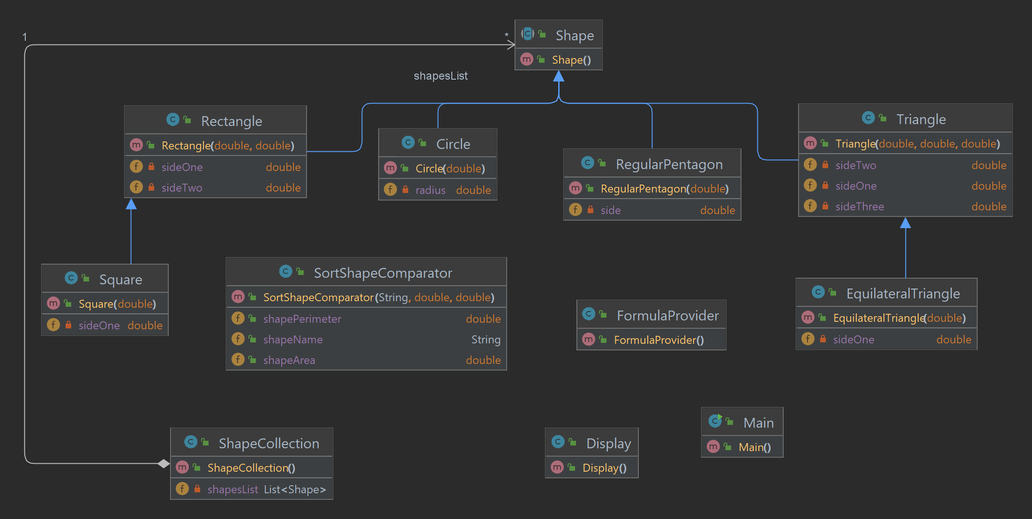
The PlantUML diagram geometry-java-Dawid-Deszcz.png in ddeszcz-codecool/2-Geometry, before a commit. Its source is kept beside it as geometry-java-Dawid-Deszcz.plantuml. The source it was exported from:
```plantuml
@startuml

!theme plain
top to bottom direction
skinparam linetype ortho

class Circle {
  + Circle(double):
  - radius: double
}
class Display {
  + Display():
}
class EquilateralTriangle {
  + EquilateralTriangle(double):
  - sideOne: double
}
class FormulaProvider {
  + FormulaProvider():
}
class Main {
  + Main():
}
class Rectangle {
  + Rectangle(double, double):
  - sideOne: double
  - sideTwo: double
}
class RegularPentagon {
  + RegularPentagon(double):
  - side: double
}
class Shape {
  + Shape():
}
class ShapeCollection {
  + ShapeCollection():
  - shapesList: List<Shape>
}
class SortShapeComparator {
  + SortShapeComparator(String, double, double):
  + shapePerimeter: double
  + shapeName: String
  + shapeArea: double
}
class Square {
  + Square(double):
  - sideOne: double
}
class Triangle {
  + Triangle(double, double, double):
  - sideTwo: double
  - sideOne: double
  - sideThree: double
}

Circle               -[#000082,plain]-^  Shape
EquilateralTriangle  -[#000082,plain]-^  Triangle
Rectangle            -[#000082,plain]-^  Shape
RegularPentagon      -[#000082,plain]-^  Shape
ShapeCollection     "1" *-[#595959,plain]-> "shapesList\n*" Shape
Square               -[#000082,plain]-^  Rectangle
Triangle             -[#000082,plain]-^  Shape
@enduml
```
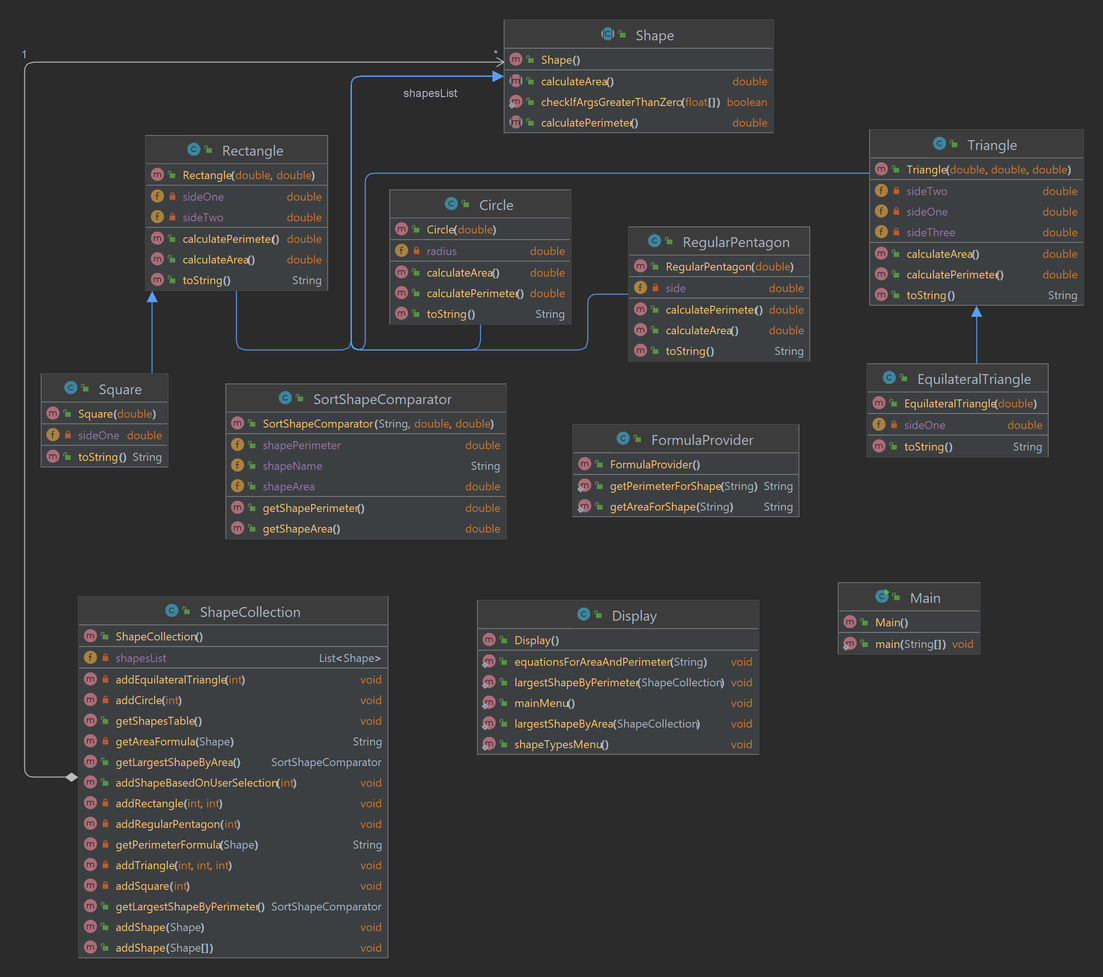
The same file after the commit.

Commit message:
Update UML diagram, add methods to the diagram

What changed in the source:
```diff
@@ -7,51 +7,92 @@
 class Circle {
   + Circle(double):
   - radius: double
+  + calculateArea(): double
+  + calculatePerimeter(): double
+  + toString(): String
 }
 class Display {
   + Display():
+  + equationsForAreaAndPerimeter(String): void
+  + largestShapeByPerimeter(ShapeCollection): void
+  + mainMenu(): void
+  + largestShapeByArea(ShapeCollection): void
+  + shapeTypesMenu(): void
 }
 class EquilateralTriangle {
   + EquilateralTriangle(double):
   - sideOne: double
+  + toString(): String
 }
 class FormulaProvider {
   + FormulaProvider():
+  + getPerimeterForShape(String): String
+  + getAreaForShape(String): String
 }
 class Main {
   + Main():
+  + main(String[]): void
 }
 class Rectangle {
   + Rectangle(double, double):
   - sideOne: double
   - sideTwo: double
+  + calculatePerimeter(): double
+  + calculateArea(): double
+  + toString(): String
 }
 class RegularPentagon {
   + RegularPentagon(double):
   - side: double
+  + calculatePerimeter(): double
+  + calculateArea(): double
+  + toString(): String
 }
 class Shape {
   + Shape():
+  + calculateArea(): double
+  + checkIfArgsGreaterThanZero(float[]): boolean
+  + calculatePerimeter(): double
 }
 class ShapeCollection {
   + ShapeCollection():
   - shapesList: List<Shape>
+  - addEquilateralTriangle(int): void
+  - addCircle(int): void
+  + getShapesTable(): void
+  - getAreaFormula(Shape): String
+  + getLargestShapeByArea(): SortShapeComparator
+  + addShapeBasedOnUserSelection(int): void
+  - addRectangle(int, int): void
+  - addRegularPentagon(int): void
+  - getPerimeterFormula(Shape): String
+  - addTriangle(int, int, int): void
+  - addSquare(int): void
+  + getLargestShapeByPerimeter(): SortShapeComparator
+  + addShape(Shape): void
+  + addShape(Shape[]): void
 }
 class SortShapeComparator {
   + SortShapeComparator(String, double, double):
   + shapePerimeter: double
   + shapeName: String
   + shapeArea: double
+  + getShapePerimeter(): double
+  + getShapeArea(): double
 }
 class Square {
   + Square(double):
   - sideOne: double
+  + toString(): String
 }
 class Triangle {
   + Triangle(double, double, double):
   - sideTwo: double
   - sideOne: double
   - sideThree: double
+  + calculateArea(): double
+  + calculatePerimeter(): double
+  + toString(): String
 }
 
 Circle               -[#000082,plain]-^  Shape
```
